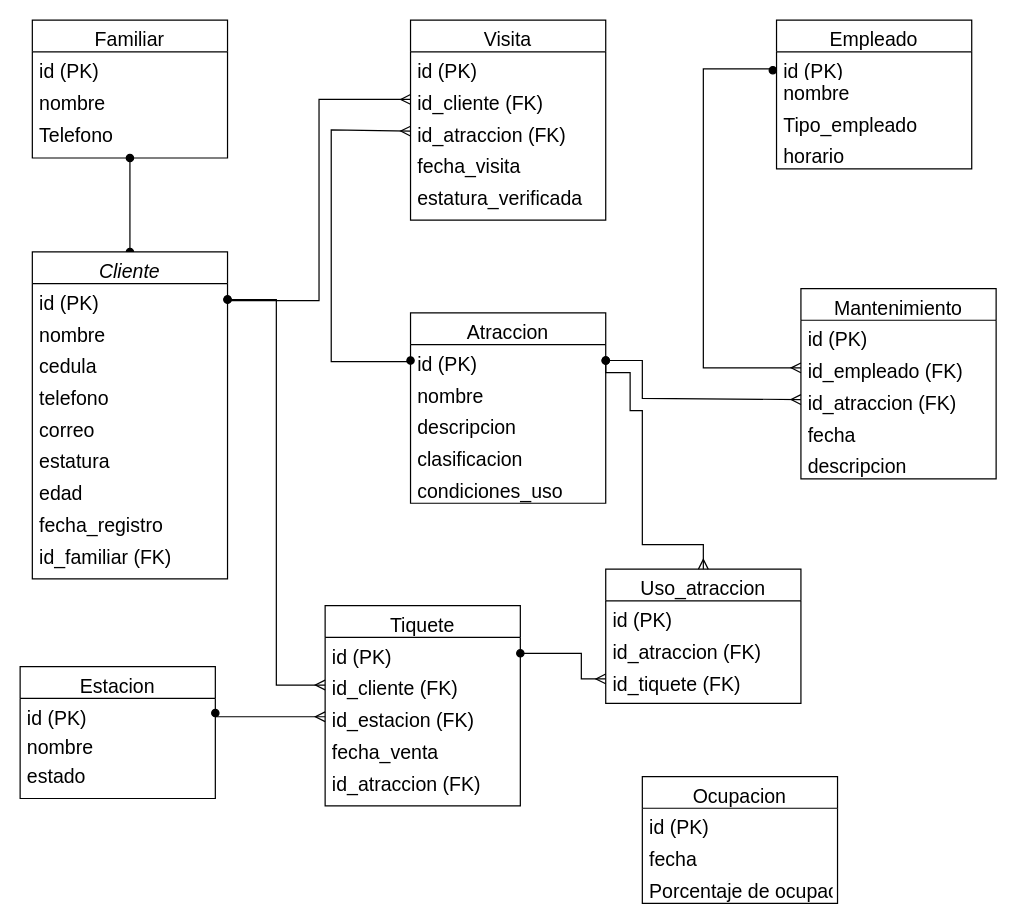
Before: Diagrama sin título.drawio in elemovilla/prueba1, a draw.io diagram. Source tidied: cells renumbered, new cells numbered last; positions are measured from the earlier drawing's top-left corner, leaving out a move shared by most shapes. Both pictures are drawn from the tidied source at 122%, with x=0, y=0 at pixel (20, 20).
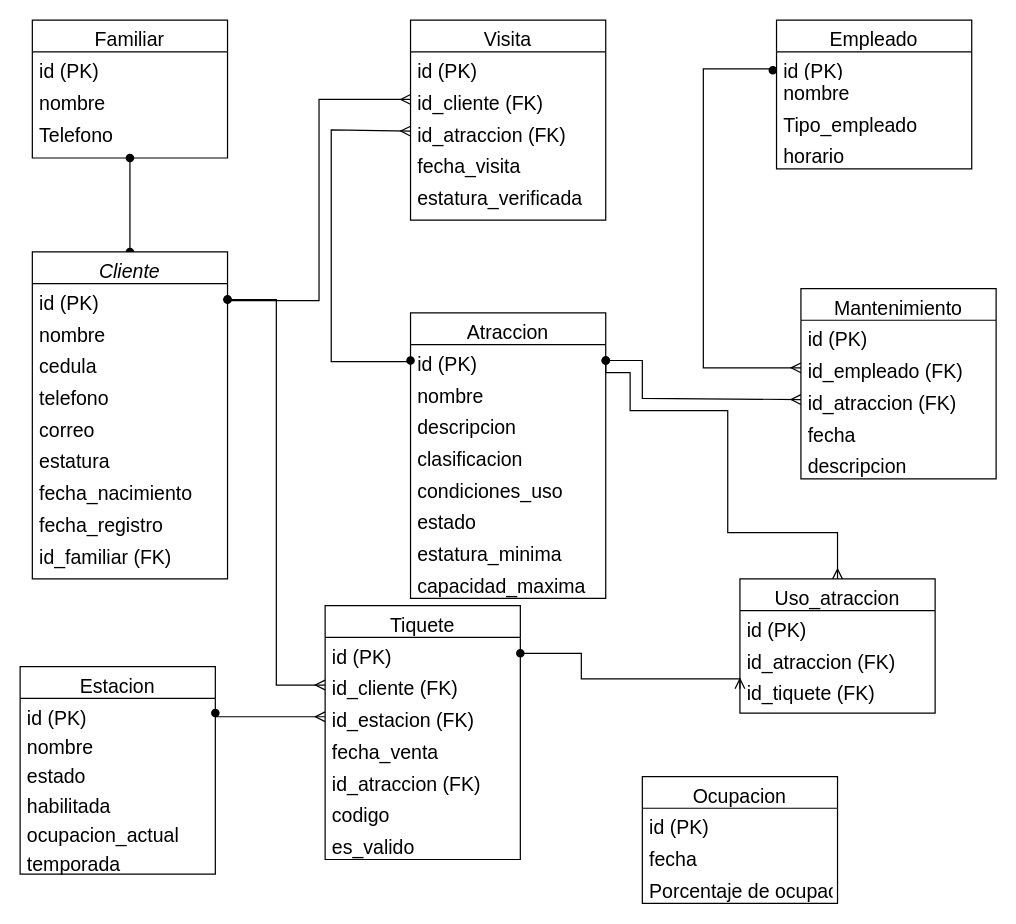
Above is the later version.

The change refers to these unchanged cells:
```xml
<mxCell id="3" value="Cliente" style="swimlane;fontStyle=2;align=center;verticalAlign=top;horizontal=1;startSize=26;rounded=0;shadow=0;strokeWidth=1;fontSize=16;" parent="1" vertex="1">
  <mxGeometry x="10" y="190" width="160" height="268" as="geometry" />
</mxCell>
<mxCell id="18" value="id (PK)" style="text;align=left;verticalAlign=top;spacingLeft=4;spacingRight=4;overflow=hidden;points=[[0,0.5],[1,0.5]];portConstraint=eastwest;fontSize=16;" parent="17" vertex="1">
  <mxGeometry y="26" width="160" height="26" as="geometry" />
</mxCell>
```

Diff of the diagram source:
```diff
@@
-    <mxCell id="10" value="edad" style="text;align=left;verticalAlign=top;spacingLeft=4;spacingRight=4;overflow=hidden;fontSize=16;" parent="3" vertex="1">
+    <mxCell id="10" value="fecha_nacimiento" style="text;align=left;verticalAlign=top;spacingLeft=4;spacingRight=4;overflow=hidden;fontSize=16;" parent="3" vertex="1">
       <mxGeometry y="182" width="160" height="26" as="geometry" />
     </mxCell>
@@
     <mxCell id="17" value="Atraccion" style="swimlane;fontStyle=0;align=center;verticalAlign=top;horizontal=1;startSize=26;rounded=0;shadow=0;strokeWidth=1;fontSize=16;" parent="1" vertex="1">
-      <mxGeometry x="320" y="240" width="160" height="156" as="geometry" />
+      <mxGeometry x="320" y="240" width="160" height="234" as="geometry" />
     </mxCell>
@@
+    <mxCell id="66" value="estado" style="text;align=left;verticalAlign=top;spacingLeft=4;spacingRight=4;overflow=hidden;fontSize=16;" parent="17" vertex="1">
+      <mxGeometry y="156" width="160" height="26" as="geometry" />
+    </mxCell>
+    <mxCell id="67" value="estatura_minima" style="text;align=left;verticalAlign=top;spacingLeft=4;spacingRight=4;overflow=hidden;fontSize=16;" parent="17" vertex="1">
+      <mxGeometry y="182" width="160" height="26" as="geometry" />
+    </mxCell>
+    <mxCell id="68" value="capacidad_maxima" style="text;align=left;verticalAlign=top;spacingLeft=4;spacingRight=4;overflow=hidden;fontSize=16;" parent="17" vertex="1">
+      <mxGeometry y="208" width="160" height="26" as="geometry" />
+    </mxCell>
@@
     <mxCell id="44" value="Uso_atraccion" style="swimlane;fontStyle=0;align=center;verticalAlign=top;horizontal=1;startSize=26;rounded=0;shadow=0;strokeWidth=1;fontSize=16;" parent="1" vertex="1">
-      <mxGeometry x="480" y="450" width="160" height="110" as="geometry" />
+      <mxGeometry x="590" y="458" width="160" height="110" as="geometry" />
     </mxCell>
@@
     <mxCell id="48" value="Estacion" style="swimlane;fontStyle=0;align=center;verticalAlign=top;horizontal=1;startSize=26;rounded=0;shadow=0;strokeWidth=1;fontSize=16;" parent="1" vertex="1">
-      <mxGeometry y="530" width="160" height="108" as="geometry" />
+      <mxGeometry y="530" width="160" height="170" as="geometry" />
     </mxCell>
@@
+    <mxCell id="69" value="habilitada" style="text;align=left;verticalAlign=top;spacingLeft=4;spacingRight=4;overflow=hidden;fontSize=16;" parent="48" vertex="1">
+      <mxGeometry y="98" width="160" height="24" as="geometry" />
+    </mxCell>
+    <mxCell id="70" value="ocupacion_actual" style="text;align=left;verticalAlign=top;spacingLeft=4;spacingRight=4;overflow=hidden;fontSize=16;" parent="48" vertex="1">
+      <mxGeometry y="122" width="160" height="24" as="geometry" />
+    </mxCell>
+    <mxCell id="71" value="temporada" style="text;align=left;verticalAlign=top;spacingLeft=4;spacingRight=4;overflow=hidden;fontSize=16;" parent="48" vertex="1">
+      <mxGeometry y="146" width="160" height="24" as="geometry" />
+    </mxCell>
     <mxCell id="52" value="Tiquete" style="swimlane;fontStyle=0;align=center;verticalAlign=top;horizontal=1;startSize=26;rounded=0;shadow=0;strokeWidth=1;fontSize=16;" parent="1" vertex="1">
-      <mxGeometry x="250" y="480" width="160" height="164" as="geometry" />
+      <mxGeometry x="250" y="480" width="160" height="208" as="geometry" />
     </mxCell>
@@
+    <mxCell id="72" value="codigo" style="text;align=left;verticalAlign=top;spacingLeft=4;spacingRight=4;overflow=hidden;fontSize=16;" parent="52" vertex="1">
+      <mxGeometry y="156" width="160" height="26" as="geometry" />
+    </mxCell>
+    <mxCell id="73" value="es_valido" style="text;align=left;verticalAlign=top;spacingLeft=4;spacingRight=4;overflow=hidden;fontSize=16;" parent="52" vertex="1">
+      <mxGeometry y="182" width="160" height="26" as="geometry" />
+    </mxCell>
@@
     <mxCell id="64" style="endArrow=ERmany;html=1;rounded=0;exitX=1;exitY=0.5;exitDx=0;exitDy=0;entryX=0.5;entryY=0;entryDx=0;entryDy=0;edgeStyle=orthogonalEdgeStyle;startArrow=oval;startFill=1;endFill=0;fontSize=16;" parent="1" edge="1" source="18" target="44">
       <mxGeometry relative="1" as="geometry">
         <Array as="points">
           <mxPoint x="480" y="289" />
           <mxPoint x="500" y="289" />
           <mxPoint x="500" y="320" />
-          <mxPoint x="510" y="320" />
-          <mxPoint x="510" y="430" />
-          <mxPoint x="560" y="430" />
+          <mxPoint x="580" y="320" />
+          <mxPoint x="580" y="420" />
+          <mxPoint x="670" y="420" />
         </Array>
       </mxGeometry>
     </mxCell>
```
